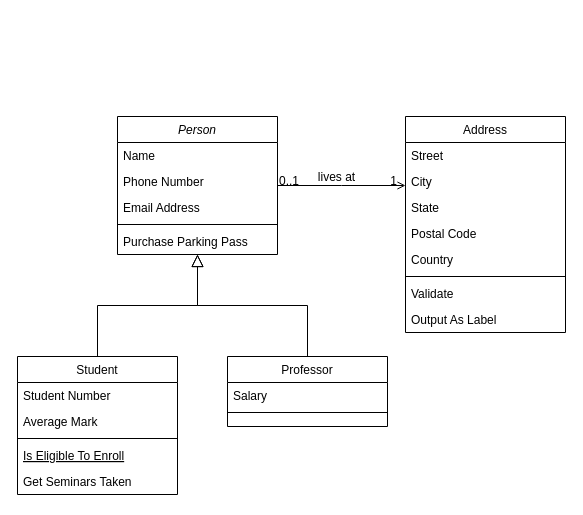
aries-jie/practice keeps this draw.io diagram as drawio/测试.drawio. Above is the earlier version. Source tidied: cells renumbered, new cells numbered last; positions are measured from the earlier drawing's top-left corner, leaving out a move shared by most shapes. Both pictures are drawn from the tidied source at 100%, with x=0, y=0 at pixel (17, 116).
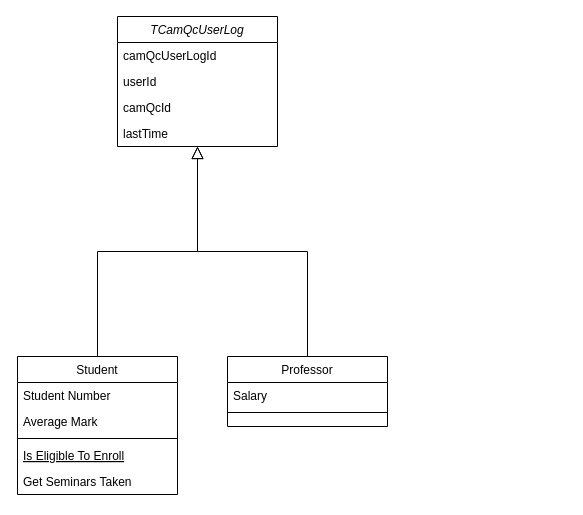
After the change.

Commit message:
CamQc准备文件类图设计.drawio

Diff of the diagram source:
```diff
@@
-    <mxCell id="2" value="Person" style="swimlane;fontStyle=2;align=center;verticalAlign=top;horizontal=1;startSize=26;rounded=0;shadow=0;strokeWidth=1;" parent="1" vertex="1">
-      <mxGeometry x="100" width="160" height="138" as="geometry" />
+    <mxCell id="2" value="TCamQcUserLog" style="swimlane;fontStyle=2;align=center;verticalAlign=top;horizontal=1;startSize=26;rounded=0;shadow=0;strokeWidth=1;" parent="1" vertex="1">
+      <mxGeometry x="100" y="-100" width="160" height="130" as="geometry" />
     </mxCell>
-    <mxCell id="3" value="Name" style="text;align=left;verticalAlign=top;spacingLeft=4;spacingRight=4;overflow=hidden;" parent="2" vertex="1">
+    <mxCell id="3" value="camQcUserLogId" style="text;align=left;verticalAlign=top;spacingLeft=4;spacingRight=4;overflow=hidden;" parent="2" vertex="1">
       <mxGeometry y="26" width="160" height="26" as="geometry" />
     </mxCell>
-    <mxCell id="4" value="Phone Number" style="text;align=left;verticalAlign=top;spacingLeft=4;spacingRight=4;overflow=hidden;rounded=0;shadow=0;html=0;" parent="2" vertex="1">
+    <mxCell id="4" value="userId" style="text;align=left;verticalAlign=top;spacingLeft=4;spacingRight=4;overflow=hidden;rounded=0;shadow=0;html=0;" parent="2" vertex="1">
       <mxGeometry y="52" width="160" height="26" as="geometry" />
     </mxCell>
-    <mxCell id="5" value="Email Address" style="text;align=left;verticalAlign=top;spacingLeft=4;spacingRight=4;overflow=hidden;rounded=0;shadow=0;html=0;" parent="2" vertex="1">
+    <mxCell id="5" value="camQcId" style="text;align=left;verticalAlign=top;spacingLeft=4;spacingRight=4;overflow=hidden;rounded=0;shadow=0;html=0;" parent="2" vertex="1">
       <mxGeometry y="78" width="160" height="26" as="geometry" />
     </mxCell>
-    <mxCell id="6" style="line;html=1;strokeWidth=1;align=left;verticalAlign=middle;spacingTop=-1;spacingLeft=3;spacingRight=3;labelPosition=right;" parent="2" vertex="1">
-      <mxGeometry y="104" width="160" height="8" as="geometry" />
-    </mxCell>
-    <mxCell id="7" value="Purchase Parking Pass" style="text;align=left;verticalAlign=top;spacingLeft=4;spacingRight=4;overflow=hidden;" parent="2" vertex="1">
-      <mxGeometry y="112" width="160" height="26" as="geometry" />
-    </mxCell>
+    <mxCell id="32" value="lastTime" style="text;align=left;verticalAlign=top;spacingLeft=4;spacingRight=4;overflow=hidden;rounded=0;shadow=0;html=0;" parent="2" vertex="1">
+      <mxGeometry y="104" width="160" height="26" as="geometry" />
+    </mxCell>
@@
-    <mxCell id="19" value="Address" style="swimlane;fontStyle=0;align=center;verticalAlign=top;horizontal=1;startSize=26;rounded=0;shadow=0;strokeWidth=1;" parent="1" vertex="1">
-      <mxGeometry x="388" width="160" height="216" as="geometry" />
-    </mxCell>
-    <mxCell id="20" value="Street" style="text;align=left;verticalAlign=top;spacingLeft=4;spacingRight=4;overflow=hidden;" parent="19" vertex="1">
-      <mxGeometry y="26" width="160" height="26" as="geometry" />
-    </mxCell>
-    <mxCell id="21" value="City" style="text;align=left;verticalAlign=top;spacingLeft=4;spacingRight=4;overflow=hidden;rounded=0;shadow=0;html=0;" parent="19" vertex="1">
-      <mxGeometry y="52" width="160" height="26" as="geometry" />
-    </mxCell>
-    <mxCell id="22" value="State" style="text;align=left;verticalAlign=top;spacingLeft=4;spacingRight=4;overflow=hidden;rounded=0;shadow=0;html=0;" parent="19" vertex="1">
-      <mxGeometry y="78" width="160" height="26" as="geometry" />
-    </mxCell>
-    <mxCell id="23" value="Postal Code" style="text;align=left;verticalAlign=top;spacingLeft=4;spacingRight=4;overflow=hidden;rounded=0;shadow=0;html=0;" parent="19" vertex="1">
-      <mxGeometry y="104" width="160" height="26" as="geometry" />
-    </mxCell>
-    <mxCell id="24" value="Country" style="text;align=left;verticalAlign=top;spacingLeft=4;spacingRight=4;overflow=hidden;rounded=0;shadow=0;html=0;" parent="19" vertex="1">
-      <mxGeometry y="130" width="160" height="26" as="geometry" />
-    </mxCell>
-    <mxCell id="25" style="line;html=1;strokeWidth=1;align=left;verticalAlign=middle;spacingTop=-1;spacingLeft=3;spacingRight=3;labelPosition=right;" parent="19" vertex="1">
-      <mxGeometry y="156" width="160" height="8" as="geometry" />
-    </mxCell>
-    <mxCell id="26" value="Validate" style="text;align=left;verticalAlign=top;spacingLeft=4;spacingRight=4;overflow=hidden;" parent="19" vertex="1">
-      <mxGeometry y="164" width="160" height="26" as="geometry" />
-    </mxCell>
-    <mxCell id="27" value="Output As Label" style="text;align=left;verticalAlign=top;spacingLeft=4;spacingRight=4;overflow=hidden;" parent="19" vertex="1">
-      <mxGeometry y="190" width="160" height="26" as="geometry" />
-    </mxCell>
-    <mxCell id="28" style="endArrow=open;shadow=0;strokeWidth=1;rounded=0;endFill=1;edgeStyle=elbowEdgeStyle;elbow=vertical;" parent="1" edge="1" source="2" target="19">
-      <mxGeometry x="0.5" y="41" relative="1" as="geometry">
-        <mxPoint x="-40" y="32" as="offset" />
-      </mxGeometry>
-    </mxCell>
-    <mxCell id="29" value="0..1" style="align=left;verticalAlign=bottom;labelBackgroundColor=none;fontSize=12;" parent="28" vertex="1">
-      <mxGeometry x="-1" relative="1" as="geometry">
-        <mxPoint y="4" as="offset" />
-      </mxGeometry>
-    </mxCell>
-    <mxCell id="30" value="1" style="align=right;verticalAlign=bottom;labelBackgroundColor=none;fontSize=12;" parent="28" vertex="1">
-      <mxGeometry x="1" relative="1" as="geometry">
-        <mxPoint x="-7" y="4" as="offset" />
-      </mxGeometry>
-    </mxCell>
-    <mxCell id="31" value="lives at" style="text;html=1;align=center;verticalAlign=middle;labelBackgroundColor=none;rounded=0;shadow=0;strokeWidth=1;fontSize=12;" parent="28" vertex="1">
-      <mxGeometry x="0.5" y="49" relative="1" as="geometry">
-        <mxPoint x="-38" y="40" as="offset" />
-      </mxGeometry>
-    </mxCell>
```
